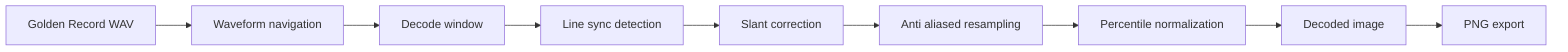
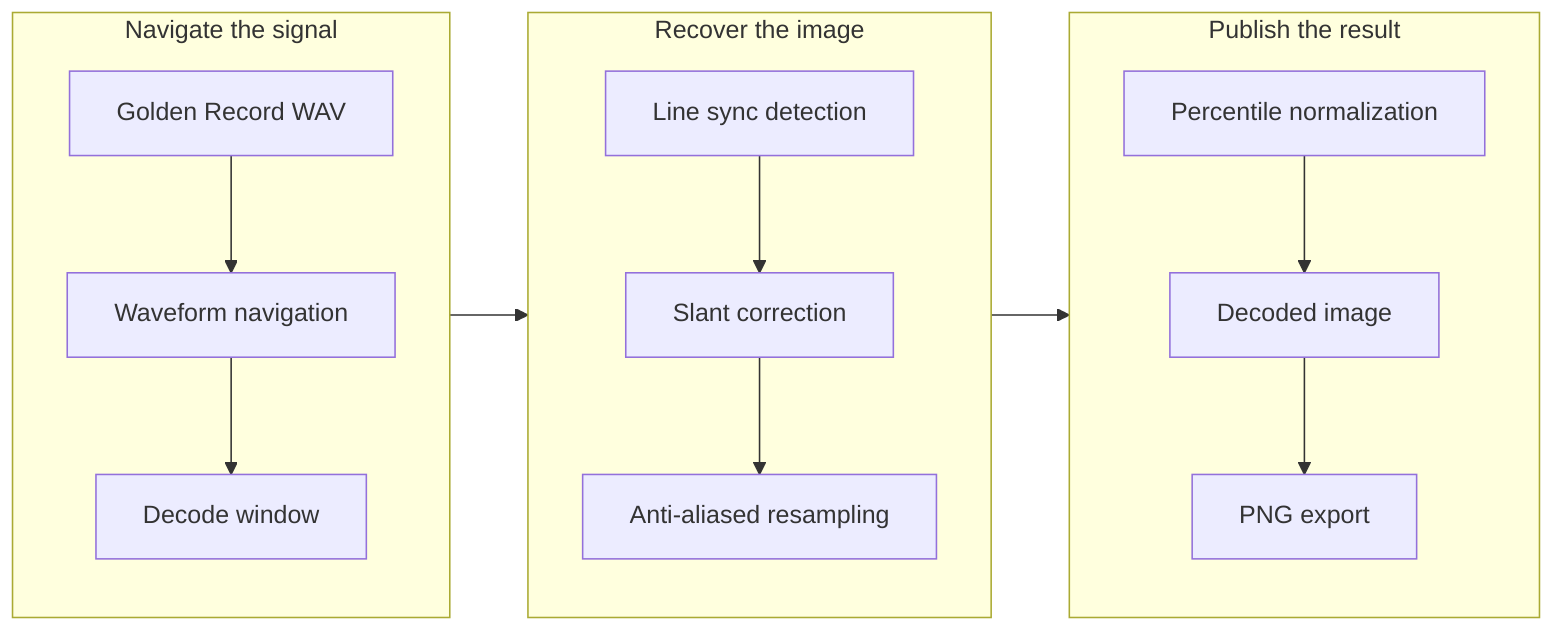
%% Generated diagram source - run `pnpm generate:diagrams` after editing and commit the updated SVG.
flowchart LR
-   wav["Golden Record WAV"]
-   waveform["Waveform navigation"]
-   window["Decode window"]
-   sync["Line sync detection"]
-   slant["Slant correction"]
-   resample["Anti aliased resampling"]
-   normalize["Percentile normalization"]
-   image["Decoded image"]
-   export["PNG export"]
- 
-   wav --> waveform
-   waveform --> window
+   subgraph source["Navigate the signal"]
+     direction TB
+     wav["Golden Record WAV"] --> waveform["Waveform navigation"] --> window["Decode window"]
+   end
+   subgraph decode["Recover the image"]
+     direction TB
+     sync["Line sync detection"] --> slant["Slant correction"] --> resample["Anti-aliased resampling"]
+   end
+   subgraph output["Publish the result"]
+     direction TB
+     normalize["Percentile normalization"] --> image["Decoded image"] --> export["PNG export"]
+   end
  window --> sync
-   sync --> slant
-   slant --> resample
  resample --> normalize
-   normalize --> image
-   image --> export
